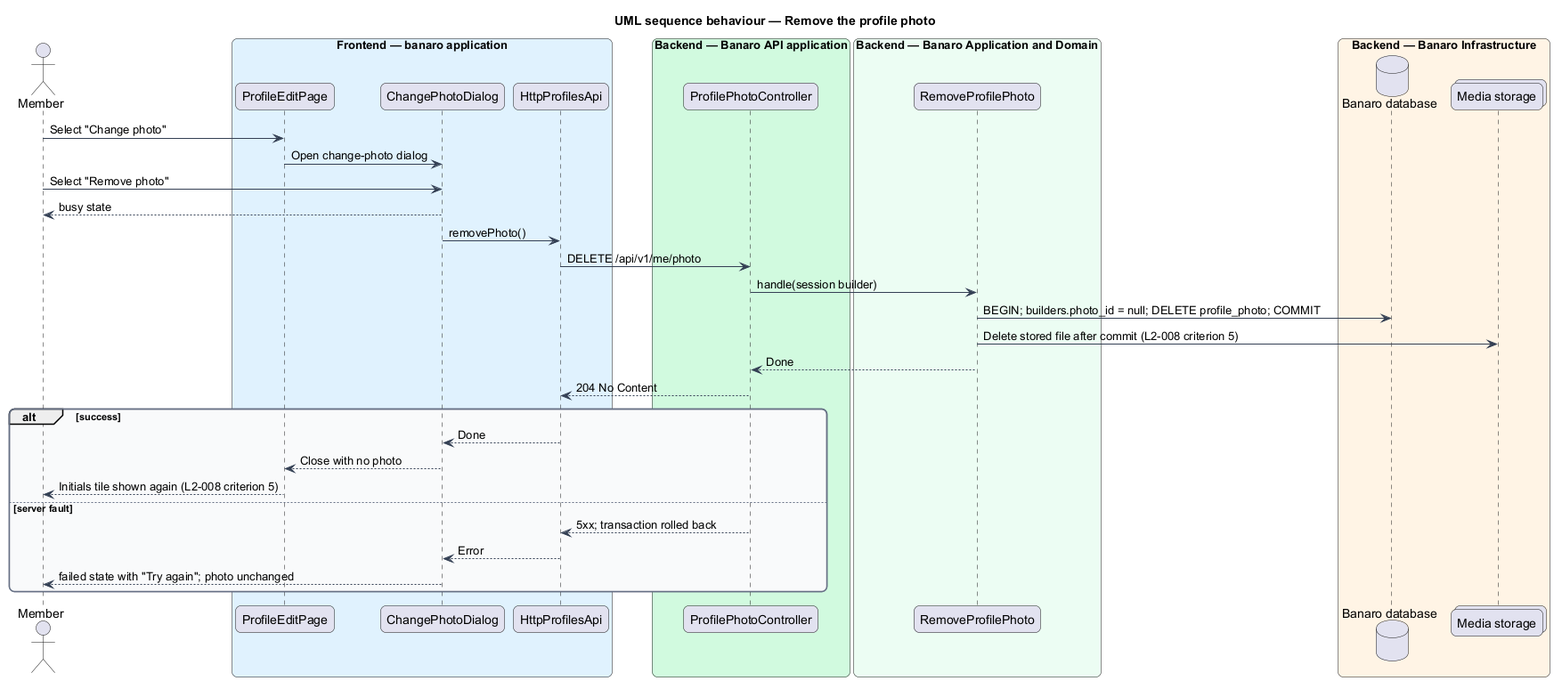
Above: docs/detailed-designs/profiles/change-profile-photo/diagrams/sequence-remove-photo.png in QuinntyneBrown/banaro (PlantUML), before the change. Source of this version:
```plantuml
@startuml
title UML sequence behaviour — Remove the profile photo
skinparam backgroundColor #FFFFFF
skinparam shadowing false
skinparam roundcorner 12
skinparam defaultFontName Arial
skinparam ArrowColor #344054
skinparam rectangle {
  BorderColor #344054
  FontColor #101828
}
skinparam package {
  BorderColor #667085
  FontColor #101828
  BackgroundColor #F9FAFB
}
actor "Member" as actor
box "Frontend — banaro application" #E0F2FE
  participant "ProfileEditPage" as page
  participant "ChangePhotoDialog" as dialog
  participant "HttpProfilesApi" as client
end box
box "Backend — Banaro API application" #D1FADF
  participant "ProfilePhotoController" as controller
end box
box "Backend — Banaro Application and Domain" #ECFDF3
  participant "RemoveProfilePhoto" as action
end box
box "Backend — Banaro Infrastructure" #FFF4E5
  database "Banaro database" as db
  collections "Media storage" as media
end box

actor -> page : Select "Change photo"
page -> dialog : Open change-photo dialog
actor -> dialog : Select "Remove photo"
dialog --> actor : busy state
dialog -> client : removePhoto()
client -> controller : DELETE /api/v1/me/photo
controller -> action : handle(session builder)
action -> db : BEGIN; builders.photo_id = null; DELETE profile_photo; COMMIT
action -> media : Delete stored file after commit (L2-008 criterion 5)
action --> controller : Done
controller --> client : 204 No Content
alt success
  client --> dialog : Done
  dialog --> page : Close with no photo
  page --> actor : Initials tile shown again (L2-008 criterion 5)
else server fault
  controller --> client : 5xx; transaction rolled back
  client --> dialog : Error
  dialog --> actor : failed state with "Try again"; photo unchanged
end
@enduml
```
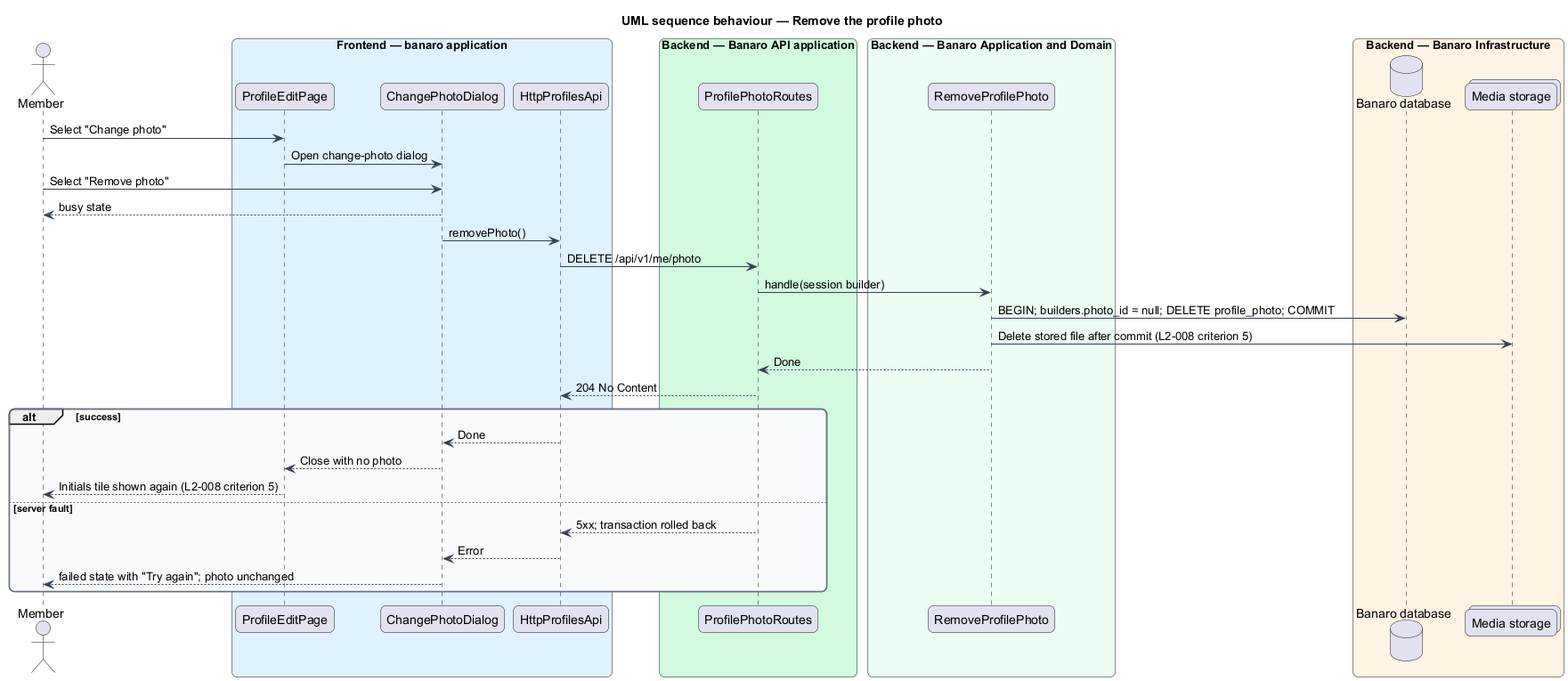
The same diagram one commit later.

What changed in the source:
```diff
@@ -21,7 +21,7 @@
   participant "HttpProfilesApi" as client
 end box
 box "Backend — Banaro API application" #D1FADF
-  participant "ProfilePhotoController" as controller
+  participant "ProfilePhotoRoutes" as controller
 end box
 box "Backend — Banaro Application and Domain" #ECFDF3
   participant "RemoveProfilePhoto" as action
```
